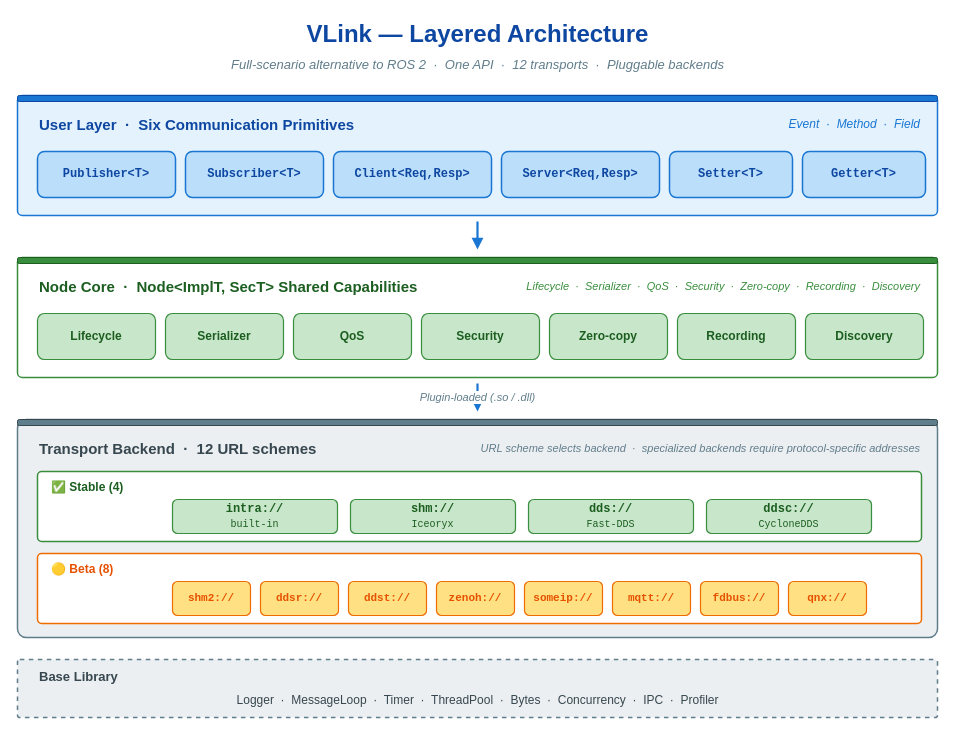
Earlier version of the draw.io diagram doc/images/readme-architecture.drawio (thun-res/vlink). Source tidied: cells renumbered, new cells numbered last; positions are measured from the earlier drawing's top-left corner, leaving out a move shared by most shapes. Both pictures are drawn from the tidied source at 100%, with x=0, y=0 at pixel (17, 17).
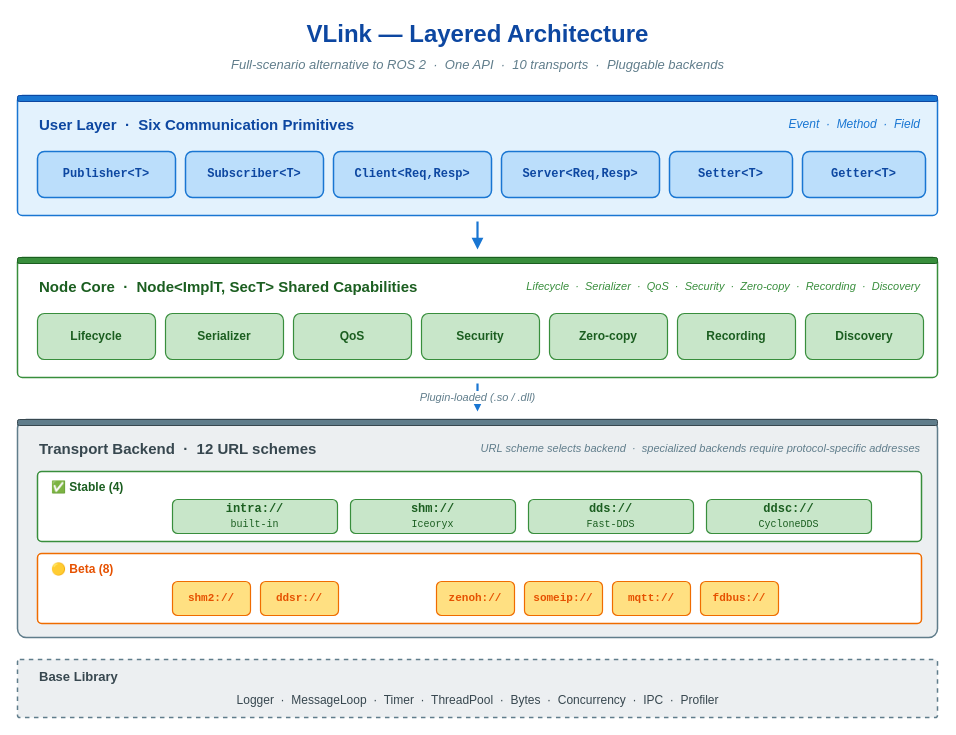
The same page after the edit.

The edit, as a diff of the source:
```diff
@@
-    <mxCell id="3" value="Full-scenario alternative to ROS 2  ·  One API  ·  12 transports  ·  Pluggable backends" style="text;html=1;align=center;verticalAlign=middle;strokeColor=none;fillColor=none;fontFamily=Helvetica;fontSize=13;fontStyle=2;fontColor=#607d8b;shadow=0;" parent="1" vertex="1">
+    <mxCell id="3" value="Full-scenario alternative to ROS 2  ·  One API  ·  10 transports  ·  Pluggable backends" style="text;html=1;align=center;verticalAlign=middle;strokeColor=none;fillColor=none;fontFamily=Helvetica;fontSize=13;fontStyle=2;fontColor=#607d8b;shadow=0;" parent="1" vertex="1">
       <mxGeometry y="36" width="920" height="22" as="geometry" />
     </mxCell>
@@
-    <mxCell id="41" value="&lt;b&gt;ddst://&lt;/b&gt;" style="rounded=1;whiteSpace=wrap;html=1;fillColor=#ffe082;strokeColor=#ef6c00;strokeWidth=1.2;fontSize=11;fontFamily=Courier New;fontColor=#e65100;align=center;shadow=0;" parent="1" vertex="1">
-      <mxGeometry x="331" y="564" width="78" height="34" as="geometry" />
-    </mxCell>
@@
-    <mxCell id="46" value="&lt;b&gt;qnx://&lt;/b&gt;" style="rounded=1;whiteSpace=wrap;html=1;fillColor=#ffe082;strokeColor=#ef6c00;strokeWidth=1.2;fontSize=11;fontFamily=Courier New;fontColor=#e65100;align=center;shadow=0;" parent="1" vertex="1">
-      <mxGeometry x="771" y="564" width="78" height="34" as="geometry" />
-    </mxCell>
```
